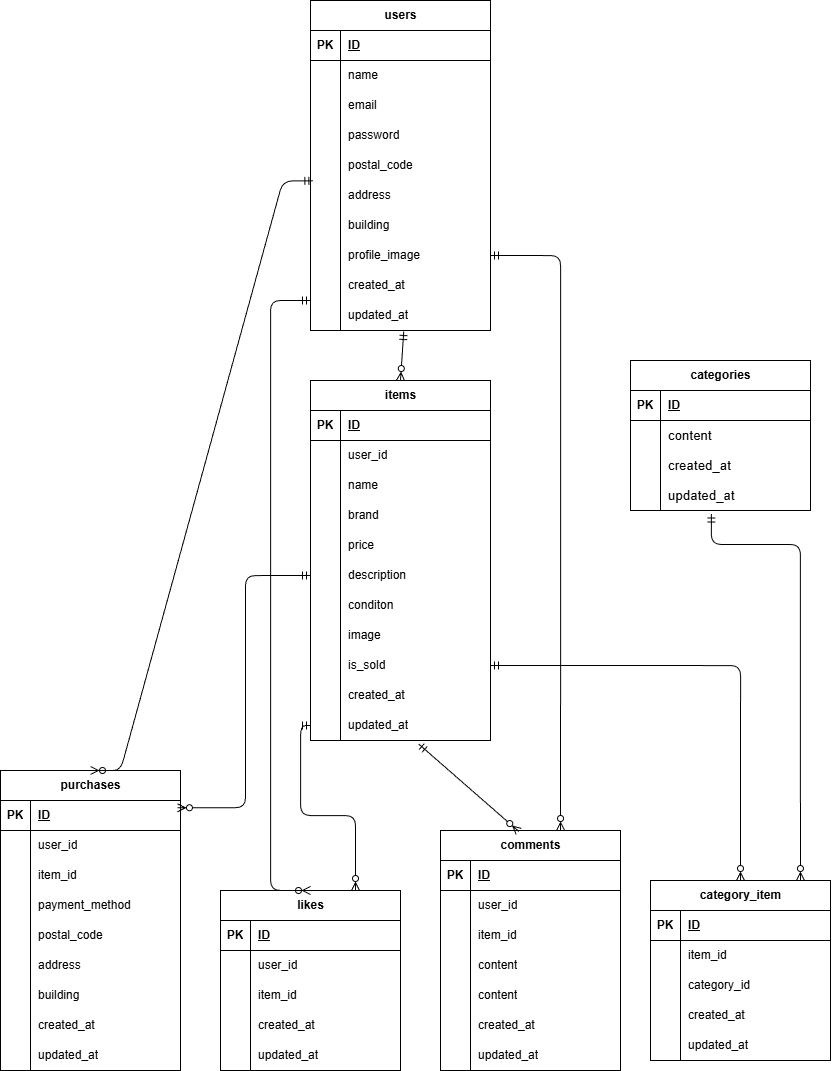
Earlier version of the draw.io export erd.drawio.png (urbexsaku/flea-market-app). Source tidied: cells renumbered, new cells last; positions are measured from the earlier drawing's top-left corner, leaving out a move shared by most shapes.
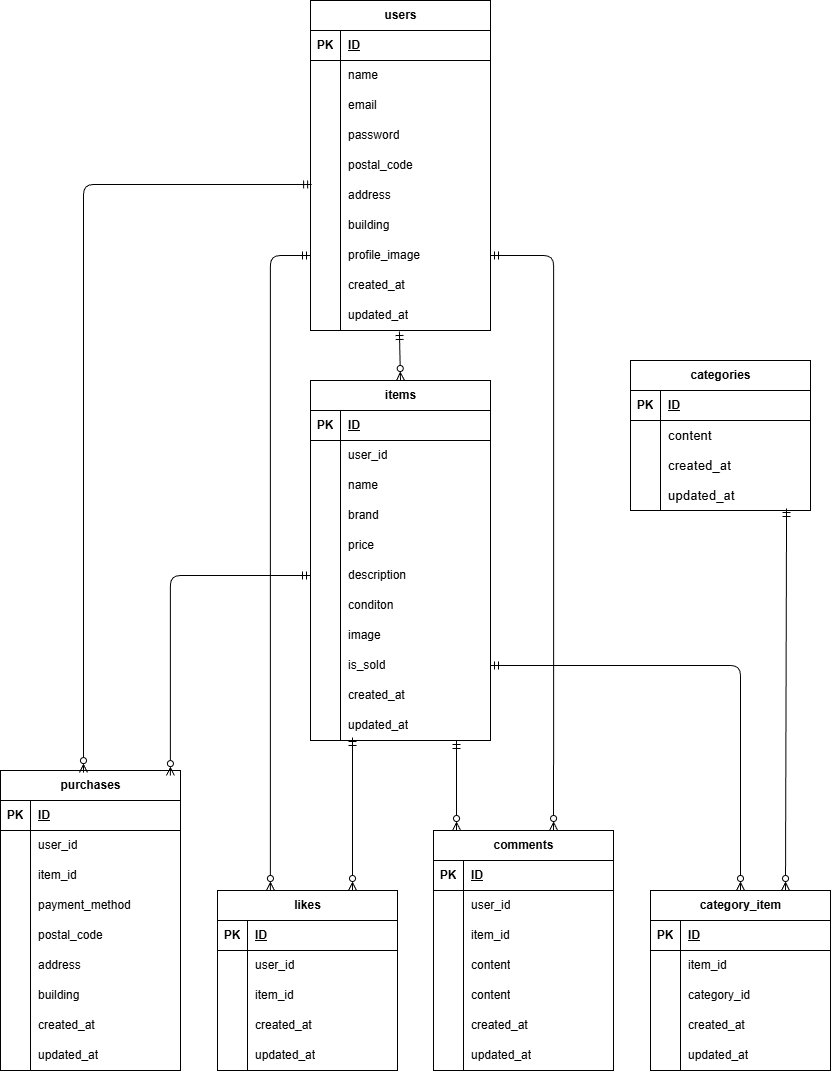
After the change.

Commit message:
ER図修正、メール認証機能追加

Diff of the diagram source:
```diff
@@ -198,7 +198,7 @@
       <mxGeometry x="30" width="150" height="30" as="geometry" />
     </mxCell>
     <mxCell id="67" value="category_item" style="shape=table;startSize=30;rowLines=0;fontStyle=1;align=center;html=1;" parent="1" vertex="1">
-      <mxGeometry x="870" y="880" width="180" height="180" as="geometry" />
+      <mxGeometry x="870" y="890" width="180" height="180" as="geometry" />
     </mxCell>
     <mxCell id="68" style="shape=tableRow;horizontal=0;startSize=0;swimlaneHead=0;swimlaneBody=0;fillColor=none;top=0;left=0;right=0;bottom=1;" parent="67" vertex="1">
       <mxGeometry y="30" width="180" height="30" as="geometry" />
@@ -285,7 +285,7 @@
       <mxGeometry x="30" width="150" height="30" as="geometry" />
     </mxCell>
     <mxCell id="96" value="comments" style="shape=table;startSize=30;rowLines=0;fontStyle=1;align=center;html=1;" parent="1" vertex="1">
-      <mxGeometry x="660" y="830" width="180" height="240" as="geometry" />
+      <mxGeometry x="653" y="830" width="180" height="240" as="geometry" />
     </mxCell>
     <mxCell id="97" style="shape=tableRow;horizontal=0;startSize=0;swimlaneHead=0;swimlaneBody=0;fillColor=none;top=0;left=0;right=0;bottom=1;" parent="96" vertex="1">
       <mxGeometry y="30" width="180" height="30" as="geometry" />
@@ -351,7 +351,7 @@
       <mxGeometry x="30" width="150" height="30" as="geometry" />
     </mxCell>
     <mxCell id="118" value="likes" style="shape=table;startSize=30;rowLines=0;fontStyle=1;align=center;html=1;" parent="1" vertex="1">
-      <mxGeometry x="440" y="890" width="180" height="180" as="geometry" />
+      <mxGeometry x="437" y="890" width="180" height="180" as="geometry" />
     </mxCell>
     <mxCell id="119" style="shape=tableRow;horizontal=0;startSize=0;swimlaneHead=0;swimlaneBody=0;fillColor=none;top=0;left=0;right=0;bottom=1;" parent="118" vertex="1">
       <mxGeometry y="30" width="180" height="30" as="geometry" />
@@ -482,48 +482,31 @@
     <mxCell id="161" value="updated_at" style="shape=partialRectangle;fillColor=none;top=0;left=0;bottom=0;right=0;align=left;spacingLeft=6;overflow=hidden;whiteSpace=wrap;html=1;fontFamily=Helvetica;fontSize=12;" parent="159" vertex="1">
       <mxGeometry x="30" width="150" height="30" as="geometry" />
     </mxCell>
-    <mxCell id="162" style="edgeStyle=entityRelationEdgeStyle;fontSize=12;html=1;endArrow=ERmandOne;endFill=0;startArrow=ERzeroToMany;entryX=0.013;entryY=0.012;entryDx=0;entryDy=0;entryPerimeter=0;startFill=0;exitX=0.5;exitY=0;exitDx=0;exitDy=0;" parent="1" edge="1" source="134" target="52">
-      <mxGeometry relative="1" as="geometry">
-        <Array as="points">
-          <mxPoint x="310" y="790" />
-          <mxPoint x="290" y="680" />
-          <mxPoint x="310" y="770" />
-          <mxPoint y="470" />
-        </Array>
-      </mxGeometry>
+    <mxCell id="162" style="edgeStyle=orthogonalEdgeStyle;fontSize=12;html=1;endArrow=ERmandOne;endFill=0;startArrow=ERzeroToMany;startFill=0;exitX=0.461;exitY=0.007;exitDx=0;exitDy=0;entryX=0.006;entryY=0.133;entryDx=0;entryDy=0;entryPerimeter=0;exitPerimeter=0;" parent="1" edge="1" source="134" target="52">
+      <mxGeometry relative="1" as="geometry" />
     </mxCell>
-    <mxCell id="163" style="edgeStyle=orthogonalEdgeStyle;fontSize=12;html=1;endArrow=ERmandOne;endFill=0;startArrow=ERzeroToMany;entryX=0;entryY=0.5;entryDx=0;entryDy=0;startFill=0;exitX=0.5;exitY=0;exitDx=0;exitDy=0;" parent="1" edge="1" source="118">
-      <mxGeometry relative="1" as="geometry">
-        <mxPoint x="530" y="300" as="targetPoint" />
-        <Array as="points">
-          <mxPoint x="490" y="890" />
-          <mxPoint x="490" y="300" />
-        </Array>
-      </mxGeometry>
+    <mxCell id="163" style="edgeStyle=orthogonalEdgeStyle;fontSize=12;html=1;endArrow=ERmandOne;endFill=0;startArrow=ERzeroToMany;entryX=0;entryY=0.5;entryDx=0;entryDy=0;startFill=0;exitX=0.294;exitY=0;exitDx=0;exitDy=0;exitPerimeter=0;" parent="1" edge="1" source="118" target="58">
+      <mxGeometry relative="1" as="geometry" />
     </mxCell>
-    <mxCell id="164" style="edgeStyle=orthogonalEdgeStyle;fontSize=12;html=1;endArrow=ERmandOne;endFill=0;startArrow=ERzeroToMany;startFill=0;exitX=0.75;exitY=0;exitDx=0;exitDy=0;entryX=0;entryY=0.5;entryDx=0;entryDy=0;" parent="1" edge="1" source="118" target="33">
+    <mxCell id="164" style="fontSize=12;html=1;endArrow=ERmandOne;endFill=0;startArrow=ERzeroToMany;startFill=0;exitX=0.75;exitY=0;exitDx=0;exitDy=0;entryX=0.233;entryY=0.9;entryDx=0;entryDy=0;entryPerimeter=0;" parent="1" edge="1" source="118" target="33">
       <mxGeometry relative="1" as="geometry" />
     </mxCell>
-    <mxCell id="165" style="fontSize=12;html=1;endArrow=ERmandOne;endFill=0;startArrow=ERzeroToMany;startFill=0;entryX=0.601;entryY=1.117;entryDx=0;entryDy=0;entryPerimeter=0;exitX=0.435;exitY=0.004;exitDx=0;exitDy=0;exitPerimeter=0;" parent="1" edge="1" source="96" target="33">
+    <mxCell id="165" style="fontSize=12;html=1;endArrow=ERmandOne;endFill=0;startArrow=ERzeroToMany;startFill=0;entryX=0.811;entryY=1;entryDx=0;entryDy=0;entryPerimeter=0;exitX=0.128;exitY=0;exitDx=0;exitDy=0;exitPerimeter=0;" parent="1" edge="1" source="96" target="33">
       <mxGeometry relative="1" as="geometry" />
     </mxCell>
     <mxCell id="166" style="edgeStyle=orthogonalEdgeStyle;fontSize=12;html=1;endArrow=ERmandOne;endFill=0;startArrow=ERzeroToMany;startFill=0;exitX=0.5;exitY=0;exitDx=0;exitDy=0;entryX=1;entryY=0.5;entryDx=0;entryDy=0;" parent="1" edge="1" source="67" target="27">
       <mxGeometry relative="1" as="geometry" />
     </mxCell>
-    <mxCell id="167" style="edgeStyle=orthogonalEdgeStyle;fontSize=12;html=1;endArrow=ERmandOne;endFill=0;startArrow=ERzeroToMany;startFill=0;exitX=0.833;exitY=0;exitDx=0;exitDy=0;entryX=0.449;entryY=1.117;entryDx=0;entryDy=0;entryPerimeter=0;exitPerimeter=0;" parent="1" edge="1" source="67" target="93">
-      <mxGeometry relative="1" as="geometry">
-        <Array as="points">
-          <mxPoint x="1020" y="544" />
-        </Array>
-      </mxGeometry>
+    <mxCell id="167" style="fontSize=12;html=1;endArrow=ERmandOne;endFill=0;startArrow=ERzeroToMany;startFill=0;exitX=0.75;exitY=0;exitDx=0;exitDy=0;entryX=0.867;entryY=0.933;entryDx=0;entryDy=0;entryPerimeter=0;" parent="1" edge="1" source="67" target="93">
+      <mxGeometry relative="1" as="geometry" />
     </mxCell>
     <mxCell id="168" style="edgeStyle=orthogonalEdgeStyle;fontSize=12;html=1;endArrow=ERmandOne;endFill=0;startArrow=ERzeroToMany;startFill=0;exitX=0.667;exitY=0;exitDx=0;exitDy=0;entryX=1;entryY=0.5;entryDx=0;entryDy=0;exitPerimeter=0;" parent="1" edge="1" source="96" target="58">
       <mxGeometry relative="1" as="geometry" />
     </mxCell>
-    <mxCell id="169" style="fontSize=12;html=1;endArrow=ERmandOne;endFill=0;startArrow=ERzeroToMany;startFill=0;entryX=0.518;entryY=1.033;entryDx=0;entryDy=0;entryPerimeter=0;exitX=0.5;exitY=0;exitDx=0;exitDy=0;" parent="1" edge="1" source="2" target="64">
+    <mxCell id="169" style="fontSize=12;html=1;endArrow=ERmandOne;endFill=0;startArrow=ERzeroToMany;startFill=0;exitX=0.5;exitY=0;exitDx=0;exitDy=0;entryX=0.494;entryY=1.033;entryDx=0;entryDy=0;entryPerimeter=0;" parent="1" edge="1" source="2" target="64">
       <mxGeometry relative="1" as="geometry" />
     </mxCell>
-    <mxCell id="170" style="fontSize=12;html=1;endArrow=ERmandOne;endFill=0;startArrow=ERzeroToMany;startFill=0;entryX=0;entryY=0.5;entryDx=0;entryDy=0;exitX=0.983;exitY=0.242;exitDx=0;exitDy=0;exitPerimeter=0;edgeStyle=orthogonalEdgeStyle;" parent="1" edge="1" source="135" target="18">
+    <mxCell id="170" style="fontSize=12;html=1;endArrow=ERmandOne;endFill=0;startArrow=ERzeroToMany;startFill=0;entryX=0;entryY=0.5;entryDx=0;entryDy=0;edgeStyle=orthogonalEdgeStyle;exitX=0.944;exitY=0.017;exitDx=0;exitDy=0;exitPerimeter=0;" parent="1" edge="1" source="134" target="18">
       <mxGeometry relative="1" as="geometry" />
     </mxCell>
   </root>
```
